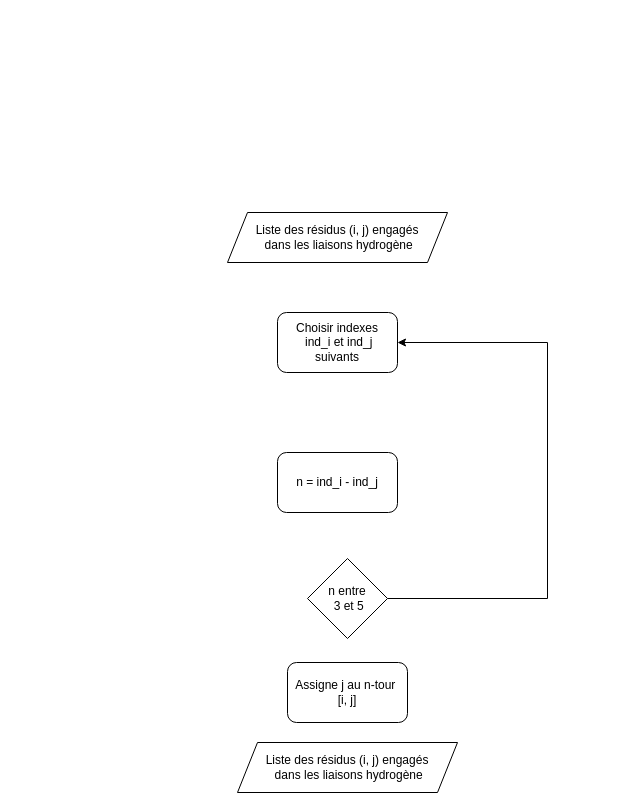
mehdimunim/Helix-Analysis-Program keeps this draw.io diagram as page "Page-2" (2 of 3) of images/flowcharts/flowcharts.drawio. Above is the earlier version. Source tidied: cells renumbered, new cells numbered last; positions are measured from the earlier drawing's top-left corner, leaving out a move shared by most shapes. Both pictures are drawn from the tidied source at 100%, with x=0, y=0 at pixel (227, 212).
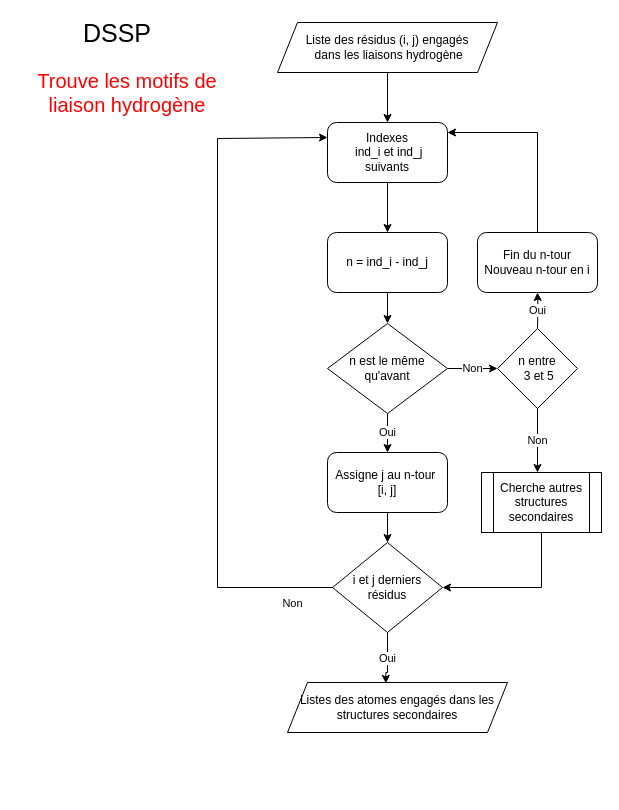
After the change.

Change to the diagram source:
```diff
@@
+    <mxCell id="9" style="edgeStyle=orthogonalEdgeStyle;rounded=0;jettySize=auto;html=1;" parent="1" edge="1" source="2" target="3">
+      <mxGeometry relative="1" as="geometry" />
+    </mxCell>
     <mxCell id="2" value="Liste des résidus (i, j) engagés&lt;br&gt;&amp;nbsp;dans les liaisons hydrogène" style="shape=parallelogram;perimeter=parallelogramPerimeter;whiteSpace=wrap;html=1;fixedSize=1;shadow=0;fillColor=none;fontSize=12;" parent="1" vertex="1">
-      <mxGeometry width="220" height="50" as="geometry" />
+      <mxGeometry x="50" y="-190" width="220" height="50" as="geometry" />
     </mxCell>
+    <mxCell id="10" style="edgeStyle=orthogonalEdgeStyle;rounded=0;jettySize=auto;html=1;entryX=0.5;entryY=0;entryDx=0;entryDy=0;" parent="1" edge="1" source="3" target="4">
+      <mxGeometry relative="1" as="geometry" />
+    </mxCell>
-    <mxCell id="3" value="Choisir indexes&lt;br&gt;&amp;nbsp;ind_i et ind_j&lt;br&gt;suivants" style="rounded=1;whiteSpace=wrap;html=1;" parent="1" vertex="1">
-      <mxGeometry x="50" y="100" width="120" height="60" as="geometry" />
+    <mxCell id="3" value="Indexes&lt;br&gt;&amp;nbsp;ind_i et ind_j&lt;br&gt;suivants" style="rounded=1;whiteSpace=wrap;html=1;" parent="1" vertex="1">
+      <mxGeometry x="100" y="-90" width="120" height="60" as="geometry" />
     </mxCell>
+    <mxCell id="11" style="edgeStyle=orthogonalEdgeStyle;rounded=0;jettySize=auto;html=1;" parent="1" edge="1" source="4" target="15">
+      <mxGeometry relative="1" as="geometry" />
+    </mxCell>
     <mxCell id="4" value="n = ind_i - ind_j" style="rounded=1;whiteSpace=wrap;html=1;" parent="1" vertex="1">
-      <mxGeometry x="50" y="240" width="120" height="60" as="geometry" />
+      <mxGeometry x="100" y="20" width="120" height="60" as="geometry" />
     </mxCell>
-    <mxCell id="5" style="edgeStyle=orthogonalEdgeStyle;rounded=0;jettySize=auto;html=1;entryX=1;entryY=0.5;entryDx=0;entryDy=0;" parent="1" edge="1" source="6" target="3">
-      <mxGeometry relative="1" as="geometry">
-        <Array as="points">
-          <mxPoint x="320" y="386" />
-          <mxPoint x="320" y="130" />
-        </Array>
-      </mxGeometry>
-    </mxCell>
-    <mxCell id="6" value="n entre&lt;br&gt;&amp;nbsp;3 et 5" style="rhombus;whiteSpace=wrap;html=1;" parent="1" vertex="1">
-      <mxGeometry x="80" y="346" width="80" height="80" as="geometry" />
-    </mxCell>
+    <mxCell id="12" style="edgeStyle=orthogonalEdgeStyle;rounded=0;jettySize=auto;html=1;" parent="1" edge="1" source="7" target="23">
+      <mxGeometry relative="1" as="geometry" />
+    </mxCell>
     <mxCell id="7" value="Assigne j au n-tour&amp;nbsp;&lt;br&gt;[i, j]" style="rounded=1;whiteSpace=wrap;html=1;" parent="1" vertex="1">
-      <mxGeometry x="60" y="450" width="120" height="60" as="geometry" />
+      <mxGeometry x="100" y="240" width="120" height="60" as="geometry" />
     </mxCell>
-    <mxCell id="8" value="Liste des résidus (i, j) engagés&lt;br&gt;&amp;nbsp;dans les liaisons hydrogène" style="shape=parallelogram;perimeter=parallelogramPerimeter;whiteSpace=wrap;html=1;fixedSize=1;shadow=0;fillColor=none;fontSize=12;" parent="1" vertex="1">
-      <mxGeometry x="10" y="530" width="220" height="50" as="geometry" />
+    <mxCell id="8" value="Listes des atomes engagés dans les structures secondaires" style="shape=parallelogram;perimeter=parallelogramPerimeter;whiteSpace=wrap;html=1;fixedSize=1;shadow=0;fillColor=none;fontSize=12;" parent="1" vertex="1">
+      <mxGeometry x="60" y="470" width="220" height="50" as="geometry" />
     </mxCell>
+    <mxCell id="13" value="Oui" style="edgeStyle=orthogonalEdgeStyle;rounded=0;jettySize=auto;html=1;" parent="1" edge="1" source="15" target="7">
+      <mxGeometry relative="1" as="geometry" />
+    </mxCell>
+    <mxCell id="14" value="Non" style="edgeStyle=orthogonalEdgeStyle;rounded=0;jettySize=auto;html=1;" parent="1" edge="1" source="15">
+      <mxGeometry relative="1" as="geometry">
+        <mxPoint x="270" y="156" as="targetPoint" />
+      </mxGeometry>
+    </mxCell>
+    <mxCell id="15" value="n est le même qu'avant" style="rhombus;whiteSpace=wrap;html=1;" parent="1" vertex="1">
+      <mxGeometry x="100" y="111" width="120" height="90" as="geometry" />
+    </mxCell>
+    <mxCell id="16" value="Oui" style="edgeStyle=orthogonalEdgeStyle;rounded=0;jettySize=auto;html=1;" parent="1" edge="1" target="19">
+      <mxGeometry relative="1" as="geometry">
+        <mxPoint x="310" y="116" as="sourcePoint" />
+      </mxGeometry>
+    </mxCell>
+    <mxCell id="17" value="Non" style="edgeStyle=orthogonalEdgeStyle;rounded=0;orthogonalLoop=1;jettySize=auto;html=1;" parent="1" edge="1">
+      <mxGeometry relative="1" as="geometry">
+        <mxPoint x="310" y="196" as="sourcePoint" />
+        <mxPoint x="310" y="260" as="targetPoint" />
+      </mxGeometry>
+    </mxCell>
+    <mxCell id="18" style="edgeStyle=orthogonalEdgeStyle;rounded=0;jettySize=auto;html=1;" parent="1" edge="1" source="19" target="3">
+      <mxGeometry relative="1" as="geometry">
+        <Array as="points">
+          <mxPoint x="310" y="-80" />
+        </Array>
+      </mxGeometry>
+    </mxCell>
+    <mxCell id="19" value="Fin du n-tour&lt;br&gt;Nouveau n-tour en i" style="rounded=1;whiteSpace=wrap;html=1;" parent="1" vertex="1">
+      <mxGeometry x="250" y="20" width="120" height="60" as="geometry" />
+    </mxCell>
+    <mxCell id="20" style="edgeStyle=orthogonalEdgeStyle;rounded=0;jettySize=auto;html=1;entryX=0;entryY=0.25;entryDx=0;entryDy=0;" parent="1" edge="1" source="23" target="3">
+      <mxGeometry relative="1" as="geometry">
+        <Array as="points">
+          <mxPoint x="-10" y="375" />
+          <mxPoint x="-10" y="-74" />
+        </Array>
+      </mxGeometry>
+    </mxCell>
+    <mxCell id="21" value="Non" style="edgeLabel;html=1;align=center;verticalAlign=middle;" parent="20" vertex="1">
+      <mxGeometry x="-0.91" y="1" relative="1" as="geometry">
+        <mxPoint x="-10.4" y="14" as="offset" />
+      </mxGeometry>
+    </mxCell>
+    <mxCell id="22" value="Oui" style="edgeStyle=orthogonalEdgeStyle;rounded=0;jettySize=auto;html=1;entryX=0.447;entryY=0.018;entryDx=0;entryDy=0;entryPerimeter=0;" parent="1" edge="1" source="23" target="8">
+      <mxGeometry relative="1" as="geometry">
+        <Array as="points">
+          <mxPoint x="160" y="460" />
+          <mxPoint x="158" y="460" />
+        </Array>
+      </mxGeometry>
+    </mxCell>
+    <mxCell id="23" value="i et j derniers résidus" style="rhombus;whiteSpace=wrap;html=1;" parent="1" vertex="1">
+      <mxGeometry x="105" y="330" width="110" height="90" as="geometry" />
+    </mxCell>
+    <mxCell id="6" value="n entre&lt;br&gt;&amp;nbsp;3 et 5" style="rhombus;whiteSpace=wrap;html=1;" parent="1" vertex="1">
+      <mxGeometry x="270" y="116" width="80" height="80" as="geometry" />
+    </mxCell>
+    <mxCell id="24" style="edgeStyle=orthogonalEdgeStyle;rounded=0;jettySize=auto;html=1;entryX=1;entryY=0.5;entryDx=0;entryDy=0;" parent="1" edge="1" source="25" target="23">
+      <mxGeometry relative="1" as="geometry">
+        <Array as="points">
+          <mxPoint x="314" y="375" />
+        </Array>
+      </mxGeometry>
+    </mxCell>
+    <mxCell id="25" value="Cherche autres structures secondaires" style="shape=process;whiteSpace=wrap;html=1;backgroundOutline=1;" parent="1" vertex="1">
+      <mxGeometry x="254" y="260" width="120" height="60" as="geometry" />
+    </mxCell>
+    <mxCell id="26" value="Trouve les motifs de liaison hydrogène" style="text;html=1;strokeColor=none;fillColor=none;align=center;verticalAlign=middle;whiteSpace=wrap;rounded=0;fontSize=20;fontColor=#FF0000;" parent="1" vertex="1">
+      <mxGeometry x="-210" y="-130" width="220" height="20" as="geometry" />
+    </mxCell>
+    <mxCell id="27" value="DSSP" style="text;html=1;strokeColor=none;fillColor=none;align=center;verticalAlign=middle;whiteSpace=wrap;rounded=0;fontSize=25;" parent="1" vertex="1">
+      <mxGeometry x="-130" y="-190" width="40" height="20" as="geometry" />
+    </mxCell>
```
